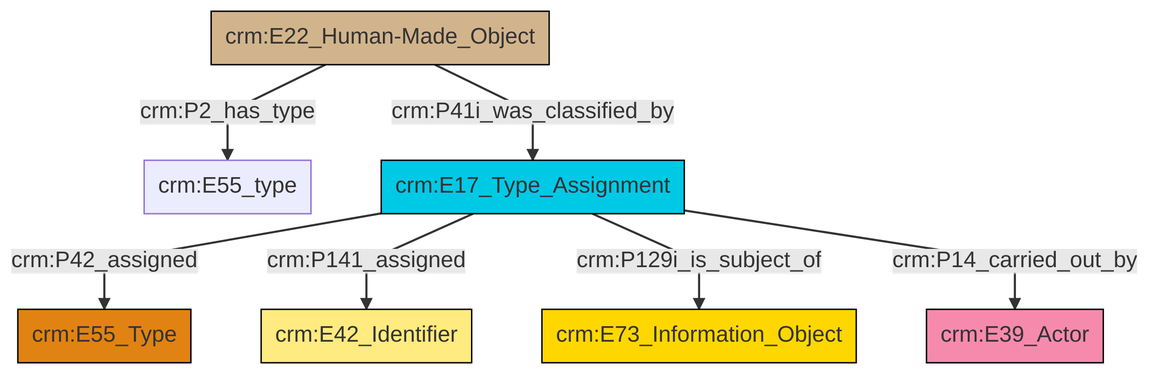
Before: et/builtWorkCSV/ttl/mmd/png/Built_Work_designation_status.png, a diagram exported from Mermaid (swiss-art-research-net/docs.swissartresearch). Its source is kept beside it as et/builtWorkCSV/ttl/mmd/Built_Work_designation_status.ttl.mmd.
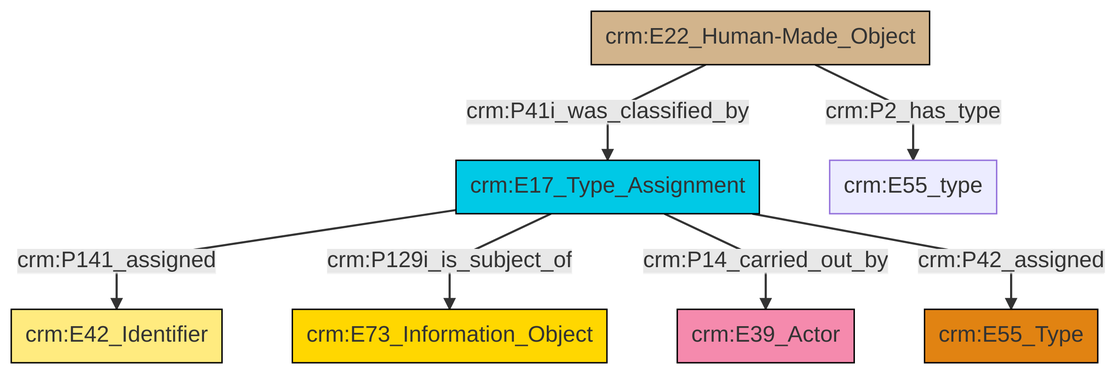
After the commit.

Diff of the diagram source:
```diff
@@ -13,9 +13,9 @@
 classDef PC_Classes fill:#4ce600, stroke:#000000;
 classDef Multi fill:#cccccc,stroke:#000000;
 
-2["crm:E22_Human-Made_Object"]:::Physical_Thing -->|crm:P2_has_type| 3["crm:E55_type"]:::Default
-6["crm:E17_Type_Assignment"]:::Temporal_Entity -->|crm:P42_assigned| 4["crm:E55_Type"]:::Type
-2["crm:E22_Human-Made_Object"]:::Physical_Thing -->|crm:P41i_was_classified_by| 6["crm:E17_Type_Assignment"]:::Temporal_Entity
-6["crm:E17_Type_Assignment"]:::Temporal_Entity -->|crm:P141_assigned| 7["crm:E42_Identifier"]:::Appellation
-6["crm:E17_Type_Assignment"]:::Temporal_Entity -->|crm:P129i_is_subject_of| 10["crm:E73_Information_Object"]:::Conceptual_Object
-6["crm:E17_Type_Assignment"]:::Temporal_Entity -->|crm:P14_carried_out_by| 0["crm:E39_Actor"]:::Actor
+0["crm:E22_Human-Made_Object"]:::Physical_Thing -->|crm:P41i_was_classified_by| 1["crm:E17_Type_Assignment"]:::Temporal_Entity
+1["crm:E17_Type_Assignment"]:::Temporal_Entity -->|crm:P141_assigned| 2["crm:E42_Identifier"]:::Appellation
+1["crm:E17_Type_Assignment"]:::Temporal_Entity -->|crm:P129i_is_subject_of| 8["crm:E73_Information_Object"]:::Conceptual_Object
+1["crm:E17_Type_Assignment"]:::Temporal_Entity -->|crm:P14_carried_out_by| 4["crm:E39_Actor"]:::Actor
+0["crm:E22_Human-Made_Object"]:::Physical_Thing -->|crm:P2_has_type| 6["crm:E55_type"]:::Default
+1["crm:E17_Type_Assignment"]:::Temporal_Entity -->|crm:P42_assigned| 11["crm:E55_Type"]:::Type
```
